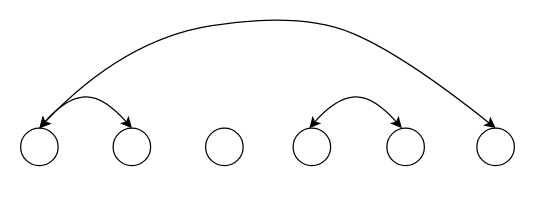
The draw.io diagram 未命名绘图.drawio in Noctis-Xu/drawio, before the edit. Source tidied: cells renumbered, new cells numbered last; positions are measured from the earlier drawing's top-left corner, leaving out a move shared by most shapes. Both pictures are drawn from the tidied source at 125%, with x=0, y=0 at pixel (20, 11).
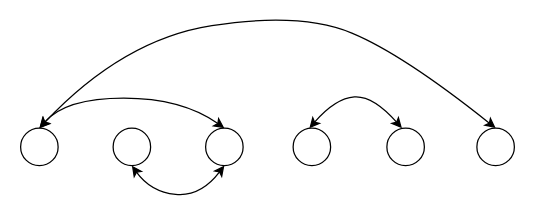
The same page after the edit.

Commit message:
更新未命名绘图.drawio

Change to the diagram source:
```diff
@@
 <mxGraphModel>
   <root>
     <mxCell id="0" />
     <mxCell id="1" parent="0" />
     <mxCell id="2" style="ellipse;fillColor=#ffffff;strokeColor=#000000;" parent="1" vertex="1">
       <mxGeometry x="74" y="93" width="30" height="30" as="geometry" />
     </mxCell>
     <mxCell id="3" style="ellipse;fillColor=#ffffff;strokeColor=#000000;" parent="1" vertex="1">
       <mxGeometry x="365" y="93" width="30" height="30" as="geometry" />
     </mxCell>
     <mxCell id="4" style="ellipse;fillColor=#ffffff;strokeColor=#000000;" parent="1" vertex="1">
       <mxGeometry y="93" width="30" height="30" as="geometry" />
     </mxCell>
     <mxCell id="5" style="ellipse;fillColor=#ffffff;strokeColor=#000000;" parent="1" vertex="1">
       <mxGeometry x="293" y="93" width="30" height="30" as="geometry" />
     </mxCell>
     <mxCell id="6" style="ellipse;fillColor=#ffffff;strokeColor=#000000;" parent="1" vertex="1">
       <mxGeometry x="218" y="93" width="30" height="30" as="geometry" />
     </mxCell>
     <mxCell id="7" style="ellipse;fillColor=#ffffff;strokeColor=#000000;" parent="1" vertex="1">
       <mxGeometry x="148" y="93" width="30" height="30" as="geometry" />
     </mxCell>
-    <mxCell id="8" style="curved=1;endArrow=classic;html=1;rounded=0;exitX=0.5;exitY=0;exitDx=0;exitDy=0;entryX=0.5;entryY=0;entryDx=0;entryDy=0;startArrow=classic;startFill=1;" parent="1" edge="1" source="4" target="2">
+    <mxCell id="8" style="curved=1;endArrow=classic;html=1;rounded=0;exitX=0.5;exitY=0;exitDx=0;exitDy=0;entryX=0.5;entryY=0;entryDx=0;entryDy=0;startArrow=classic;startFill=1;" parent="1" edge="1" source="4" target="7">
       <mxGeometry relative="1" as="geometry">
         <Array as="points">
           <mxPoint x="36" y="69" />
-          <mxPoint x="66" y="67" />
+          <mxPoint x="129" y="69" />
         </Array>
       </mxGeometry>
     </mxCell>
     <mxCell id="9" style="curved=1;endArrow=classic;html=1;rounded=0;exitX=0.5;exitY=0;exitDx=0;exitDy=0;entryX=0.5;entryY=0;entryDx=0;entryDy=0;startArrow=classic;startFill=1;" parent="1" edge="1" source="4" target="3">
       <mxGeometry relative="1" as="geometry">
         <Array as="points">
           <mxPoint x="82" y="22" />
           <mxPoint x="224" />
           <mxPoint x="306" y="34" />
         </Array>
       </mxGeometry>
     </mxCell>
     <mxCell id="10" style="curved=1;endArrow=classic;html=1;rounded=0;exitX=0.5;exitY=0;exitDx=0;exitDy=0;entryX=0.5;entryY=0;entryDx=0;entryDy=0;startArrow=classic;startFill=1;" parent="1" edge="1">
       <mxGeometry relative="1" as="geometry">
         <mxPoint x="231" y="93" as="sourcePoint" />
         <mxPoint x="305" y="93" as="targetPoint" />
         <Array as="points">
           <mxPoint x="252" y="69" />
           <mxPoint x="282" y="67" />
         </Array>
       </mxGeometry>
     </mxCell>
+    <mxCell id="11" style="curved=1;endArrow=classic;html=1;rounded=0;exitX=0.5;exitY=1;exitDx=0;exitDy=0;entryX=0.5;entryY=1;entryDx=0;entryDy=0;startArrow=classic;startFill=1;" parent="1" edge="1" source="2" target="7">
+      <mxGeometry relative="1" as="geometry">
+        <Array as="points">
+          <mxPoint x="104" y="144" />
+          <mxPoint x="144" y="148" />
+        </Array>
+      </mxGeometry>
+    </mxCell>
   </root>
 </mxGraphModel>
```
